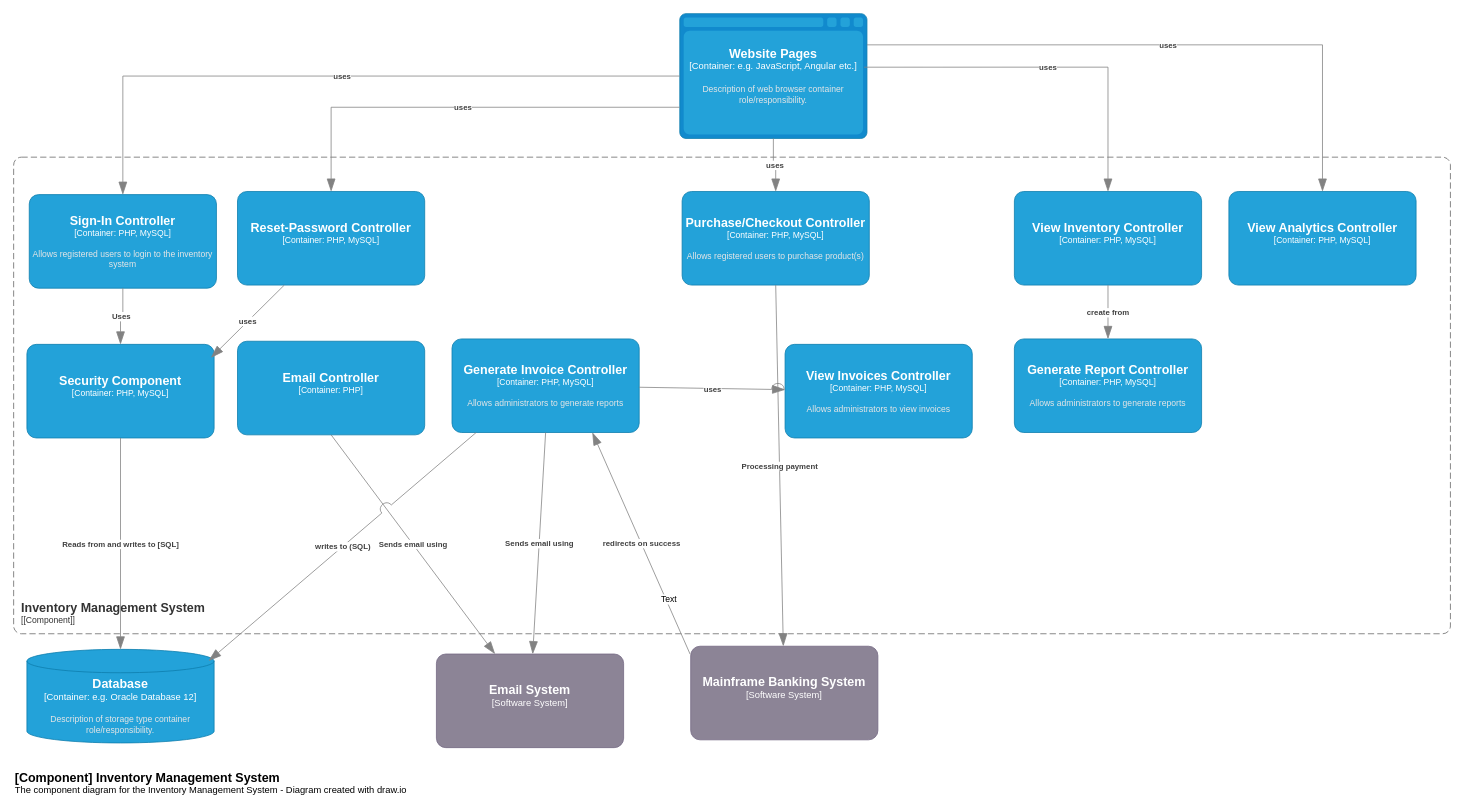
Earlier version of the draw.io diagram C4 Diagrams/ComponentDiagram.drawio (Vani0904/Team-Project-Inventory-System). Source tidied: cells renumbered, new cells numbered last; positions are measured from the earlier drawing's top-left corner, leaving out a move shared by most shapes. Both pictures are drawn from the tidied source at 78%, with x=0, y=0 at pixel (13, 13).
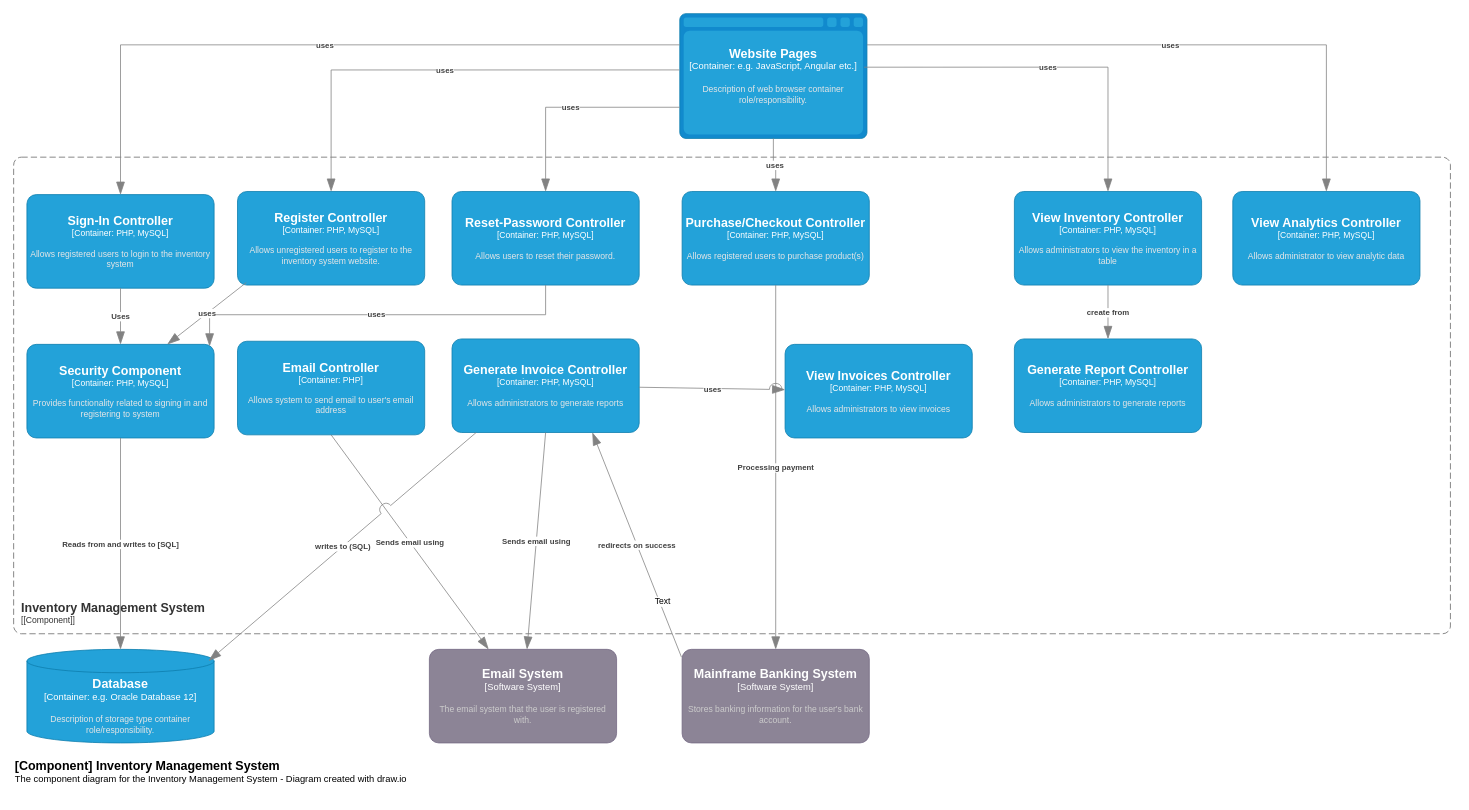
The same page after the edit.

Commit message (it also covers changes not shown here):
Second version of the component diagram

The change refers to these unchanged cells:
```xml
<object id="2" label="&lt;font style=&quot;font-size: 16px&quot;&gt;&lt;b&gt;%c4Name%&lt;/b&gt;&lt;/font&gt;&lt;div&gt;[%c4Type%:&amp;nbsp;%c4Technology%]&lt;/div&gt;&lt;br&gt;&lt;div&gt;&lt;font style=&quot;font-size: 11px&quot;&gt;&lt;font color=&quot;#E6E6E6&quot;&gt;%c4Description%&lt;/font&gt;&lt;/div&gt;" c4Description="Description of web browser container role/responsibility." c4Name="Website Pages" c4Technology="e.g. JavaScript, Angular etc." c4Type="Container" placeholders="1">
  <mxCell style="shape=mxgraph.c4.webBrowserContainer2;whiteSpace=wrap;html=1;boundedLbl=1;rounded=0;labelBackgroundColor=none;strokeColor=#118ACD;fillColor=#23A2D9;strokeColor=#118ACD;strokeColor2=#0E7DAD;fontSize=12;fontColor=#ffffff;align=center;points=[[0.5,0,0],[1,0.25,0],[1,0.5,0],[1,0.75,0],[0.5,1,0],[0,0.75,0],[0,0.5,0],[0,0.25,0]];" parent="1" vertex="1">
    <mxGeometry x="854" width="240" height="160" as="geometry" />
  </mxCell>
</object>
```

What changed in the source:
```diff
@@
     <object id="4" label="&lt;font style=&quot;font-size: 16px&quot;&gt;&lt;b&gt;%c4Name%&lt;/b&gt;&lt;/font&gt;&lt;div&gt;[%c4Type%: %c4Technology%]&lt;/div&gt;&lt;br&gt;&lt;div&gt;&lt;font style=&quot;font-size: 11px&quot;&gt;&lt;font color=&quot;#E6E6E6&quot;&gt;%c4Description%&lt;/font&gt;&lt;/div&gt;" c4Description="Allows registered users to login to the inventory system" c4Name="Sign-In Controller" c4Technology="PHP, MySQL" c4Type="Container" placeholders="1">
       <mxCell style="rounded=1;whiteSpace=wrap;html=1;fontSize=11;labelBackgroundColor=none;fillColor=#23A2D9;fontColor=#ffffff;align=center;arcSize=10;strokeColor=#0E7DAD;points=[[0.25,0,0],[0.5,0,0],[0.75,0,0],[1,0.25,0],[1,0.5,0],[1,0.75,0],[0.75,1,0],[0.5,1,0],[0.25,1,0],[0,0.75,0],[0,0.5,0],[0,0.25,0]];" parent="1" vertex="1">
-        <mxGeometry x="20" y="232" width="240" height="120" as="geometry" />
+        <mxGeometry x="17" y="232" width="240" height="120" as="geometry" />
       </mxCell>
     </object>
-    <object id="5" label="&lt;font style=&quot;font-size: 16px&quot;&gt;&lt;b&gt;%c4Name%&lt;/b&gt;&lt;/font&gt;&lt;div&gt;[%c4Type%: %c4Technology%]&lt;/div&gt;&lt;br&gt;&lt;div&gt;&lt;font style=&quot;font-size: 11px&quot;&gt;&lt;font color=&quot;#E6E6E6&quot;&gt;%c4Description%&lt;/font&gt;&lt;/div&gt;" c4Description="" c4Name="Reset-Password Controller" c4Technology="PHP, MySQL" c4Type="Container" placeholders="1">
+    <object id="5" label="&lt;font style=&quot;font-size: 16px&quot;&gt;&lt;b&gt;%c4Name%&lt;/b&gt;&lt;/font&gt;&lt;div&gt;[%c4Type%: %c4Technology%]&lt;/div&gt;&lt;br&gt;&lt;div&gt;&lt;font style=&quot;font-size: 11px&quot;&gt;&lt;font color=&quot;#E6E6E6&quot;&gt;%c4Description%&lt;/font&gt;&lt;/div&gt;" c4Description="Allows users to reset their password." c4Name="Reset-Password Controller" c4Technology="PHP, MySQL" c4Type="Container" placeholders="1">
       <mxCell style="rounded=1;whiteSpace=wrap;html=1;fontSize=11;labelBackgroundColor=none;fillColor=#23A2D9;fontColor=#ffffff;align=center;arcSize=10;strokeColor=#0E7DAD;points=[[0.25,0,0],[0.5,0,0],[0.75,0,0],[1,0.25,0],[1,0.5,0],[1,0.75,0],[0.75,1,0],[0.5,1,0],[0.25,1,0],[0,0.75,0],[0,0.5,0],[0,0.25,0]];" parent="1" vertex="1">
-        <mxGeometry x="287" y="228" width="240" height="120" as="geometry" />
+        <mxGeometry x="562" y="228" width="240" height="120" as="geometry" />
       </mxCell>
     </object>
@@
-    <object id="8" label="&lt;font style=&quot;font-size: 16px&quot;&gt;&lt;b&gt;%c4Name%&lt;/b&gt;&lt;/font&gt;&lt;div&gt;[%c4Type%: %c4Technology%]&lt;/div&gt;&lt;br&gt;&lt;div&gt;&lt;font style=&quot;font-size: 11px&quot;&gt;&lt;font color=&quot;#E6E6E6&quot;&gt;%c4Description%&lt;/font&gt;&lt;/div&gt;" c4Description="" c4Name="View Inventory Controller" c4Technology="PHP, MySQL" c4Type="Container" placeholders="1">
+    <object id="8" label="&lt;font style=&quot;font-size: 16px&quot;&gt;&lt;b&gt;%c4Name%&lt;/b&gt;&lt;/font&gt;&lt;div&gt;[%c4Type%: %c4Technology%]&lt;/div&gt;&lt;br&gt;&lt;div&gt;&lt;font style=&quot;font-size: 11px&quot;&gt;&lt;font color=&quot;#E6E6E6&quot;&gt;%c4Description%&lt;/font&gt;&lt;/div&gt;" c4Description="Allows administrators to view the inventory in a table" c4Name="View Inventory Controller" c4Technology="PHP, MySQL" c4Type="Container" placeholders="1">
       <mxCell style="rounded=1;whiteSpace=wrap;html=1;fontSize=11;labelBackgroundColor=none;fillColor=#23A2D9;fontColor=#ffffff;align=center;arcSize=10;strokeColor=#0E7DAD;points=[[0.25,0,0],[0.5,0,0],[0.75,0,0],[1,0.25,0],[1,0.5,0],[1,0.75,0],[0.75,1,0],[0.5,1,0],[0.25,1,0],[0,0.75,0],[0,0.5,0],[0,0.25,0]];" parent="1" vertex="1">
         <mxGeometry x="1283" y="228" width="240" height="120" as="geometry" />
       </mxCell>
     </object>
     <object id="9" label="&lt;font style=&quot;font-size: 16px&quot;&gt;&lt;b&gt;&lt;div style=&quot;text-align: left&quot;&gt;%c4Name%&lt;/div&gt;&lt;/b&gt;&lt;/font&gt;&lt;div style=&quot;text-align: left&quot;&gt;%c4Description%&lt;/div&gt;" c4Description="The component diagram for the Inventory Management System - Diagram created with draw.io" c4Name="[Component] Inventory Management System" placeholders="1">
       <mxCell style="text;html=1;strokeColor=none;fillColor=none;align=left;verticalAlign=top;whiteSpace=wrap;rounded=0;" parent="1" vertex="1">
-        <mxGeometry y="963" width="1107" height="40" as="geometry" />
+        <mxGeometry y="948" width="1848" height="40" as="geometry" />
       </mxCell>
     </object>
@@
-    <object id="11" label="&lt;font style=&quot;font-size: 16px&quot;&gt;&lt;b&gt;%c4Name%&lt;/b&gt;&lt;/font&gt;&lt;div&gt;[%c4Type%: %c4Technology%]&lt;/div&gt;&lt;br&gt;&lt;div&gt;&lt;font style=&quot;font-size: 11px&quot;&gt;&lt;font color=&quot;#E6E6E6&quot;&gt;%c4Description%&lt;/font&gt;&lt;/div&gt;" c4Description="" c4Name="Email Controller" c4Technology="PHP" c4Type="Container" placeholders="1">
+    <object id="11" label="&lt;font style=&quot;font-size: 16px&quot;&gt;&lt;b&gt;%c4Name%&lt;/b&gt;&lt;/font&gt;&lt;div&gt;[%c4Type%: %c4Technology%]&lt;/div&gt;&lt;br&gt;&lt;div&gt;&lt;font style=&quot;font-size: 11px&quot;&gt;&lt;font color=&quot;#E6E6E6&quot;&gt;%c4Description%&lt;/font&gt;&lt;/div&gt;" c4Description="Allows system to send email to user's email address" c4Name="Email Controller" c4Technology="PHP" c4Type="Container" placeholders="1">
       <mxCell style="rounded=1;whiteSpace=wrap;html=1;fontSize=11;labelBackgroundColor=none;fillColor=#23A2D9;fontColor=#ffffff;align=center;arcSize=10;strokeColor=#0E7DAD;points=[[0.25,0,0],[0.5,0,0],[0.75,0,0],[1,0.25,0],[1,0.5,0],[1,0.75,0],[0.75,1,0],[0.5,1,0],[0.25,1,0],[0,0.75,0],[0,0.5,0],[0,0.25,0]];" parent="1" vertex="1">
         <mxGeometry x="287" y="420" width="240" height="120" as="geometry" />
       </mxCell>
     </object>
-    <object id="12" label="&lt;font style=&quot;font-size: 16px&quot;&gt;&lt;b&gt;%c4Name%&lt;/b&gt;&lt;/font&gt;&lt;div&gt;[%c4Type%]&lt;/div&gt;&lt;br&gt;&lt;div&gt;&lt;font style=&quot;font-size: 11px&quot;&gt;&lt;font color=&quot;#cccccc&quot;&gt;%c4Description%&lt;/font&gt;&lt;/div&gt;" c4Description="" c4Name="Email System" c4Type="Software System" placeholders="1">
+    <object id="12" label="&lt;font style=&quot;font-size: 16px&quot;&gt;&lt;b&gt;%c4Name%&lt;/b&gt;&lt;/font&gt;&lt;div&gt;[%c4Type%]&lt;/div&gt;&lt;br&gt;&lt;div&gt;&lt;font style=&quot;font-size: 11px&quot;&gt;&lt;font color=&quot;#cccccc&quot;&gt;%c4Description%&lt;/font&gt;&lt;/div&gt;" c4Description="The email system that the user is registered with." c4Name="Email System" c4Type="Software System" placeholders="1">
       <mxCell style="rounded=1;whiteSpace=wrap;html=1;labelBackgroundColor=none;fillColor=#8C8496;fontColor=#ffffff;align=center;arcSize=10;strokeColor=#736782;points=[[0.25,0,0],[0.5,0,0],[0.75,0,0],[1,0.25,0],[1,0.5,0],[1,0.75,0],[0.75,1,0],[0.5,1,0],[0.25,1,0],[0,0.75,0],[0,0.5,0],[0,0.25,0]];" parent="1" vertex="1">
-        <mxGeometry x="542" y="821" width="240" height="120" as="geometry" />
+        <mxGeometry x="533" y="815" width="240" height="120" as="geometry" />
       </mxCell>
     </object>
@@
-    <object id="16" label="&lt;font style=&quot;font-size: 16px&quot;&gt;&lt;b&gt;%c4Name%&lt;/b&gt;&lt;/font&gt;&lt;div&gt;[%c4Type%: %c4Technology%]&lt;/div&gt;&lt;br&gt;&lt;div&gt;&lt;font style=&quot;font-size: 11px&quot;&gt;&lt;font color=&quot;#E6E6E6&quot;&gt;%c4Description%&lt;/font&gt;&lt;/div&gt;" c4Description="" c4Name="Security Component" c4Technology="PHP, MySQL" c4Type="Container" placeholders="1">
+    <object id="16" label="&lt;font style=&quot;font-size: 16px&quot;&gt;&lt;b&gt;%c4Name%&lt;/b&gt;&lt;/font&gt;&lt;div&gt;[%c4Type%: %c4Technology%]&lt;/div&gt;&lt;br&gt;&lt;div&gt;&lt;font style=&quot;font-size: 11px&quot;&gt;&lt;font color=&quot;#E6E6E6&quot;&gt;%c4Description%&lt;/font&gt;&lt;/div&gt;" c4Description="Provides functionality related to signing in and registering to system" c4Name="Security Component" c4Technology="PHP, MySQL" c4Type="Container" placeholders="1">
       <mxCell style="rounded=1;whiteSpace=wrap;html=1;fontSize=11;labelBackgroundColor=none;fillColor=#23A2D9;fontColor=#ffffff;align=center;arcSize=10;strokeColor=#0E7DAD;points=[[0.25,0,0],[0.5,0,0],[0.75,0,0],[1,0.25,0],[1,0.5,0],[1,0.75,0],[0.75,1,0],[0.5,1,0],[0.25,1,0],[0,0.75,0],[0,0.5,0],[0,0.25,0]];" parent="1" vertex="1">
         <mxGeometry x="17" y="424" width="240" height="120" as="geometry" />
       </mxCell>
     </object>
@@
     <object id="19" label="&lt;div style=&quot;text-align: left&quot;&gt;&lt;div style=&quot;text-align: center&quot;&gt;&lt;b&gt;%c4Description%&lt;/b&gt;&lt;/div&gt;" c4Description="uses" placeholders="1">
-      <mxCell style="endArrow=blockThin;html=1;fontSize=10;fontColor=#404040;strokeWidth=1;endFill=1;strokeColor=#828282;elbow=vertical;endSize=14;startSize=14;jumpStyle=arc;jumpSize=16;rounded=0;exitX=0.25;exitY=1;exitDx=0;exitDy=0;exitPerimeter=0;entryX=0.983;entryY=0.143;entryDx=0;entryDy=0;entryPerimeter=0;" parent="1" edge="1" source="5" target="16">
+      <mxCell style="endArrow=blockThin;html=1;fontSize=10;fontColor=#404040;strokeWidth=1;endFill=1;strokeColor=#828282;elbow=vertical;endSize=14;startSize=14;jumpStyle=arc;jumpSize=16;rounded=0;exitX=0.5;exitY=1;exitDx=0;exitDy=0;exitPerimeter=0;entryX=0.976;entryY=0.02;entryDx=0;entryDy=0;entryPerimeter=0;edgeStyle=orthogonalEdgeStyle;" parent="1" edge="1" source="5" target="16">
         <mxGeometry relative="1" as="geometry" />
       </mxCell>
     </object>
@@
-    <object id="21" label="&lt;font style=&quot;font-size: 16px&quot;&gt;&lt;b&gt;%c4Name%&lt;/b&gt;&lt;/font&gt;&lt;div&gt;[%c4Type%: %c4Technology%]&lt;/div&gt;&lt;br&gt;&lt;div&gt;&lt;font style=&quot;font-size: 11px&quot;&gt;&lt;font color=&quot;#E6E6E6&quot;&gt;%c4Description%&lt;/font&gt;&lt;/div&gt;" c4Description="" c4Name="View Analytics Controller" c4Technology="PHP, MySQL" c4Type="Container" placeholders="1">
+    <object id="21" label="&lt;font style=&quot;font-size: 16px&quot;&gt;&lt;b&gt;%c4Name%&lt;/b&gt;&lt;/font&gt;&lt;div&gt;[%c4Type%: %c4Technology%]&lt;/div&gt;&lt;br&gt;&lt;div&gt;&lt;font style=&quot;font-size: 11px&quot;&gt;&lt;font color=&quot;#E6E6E6&quot;&gt;%c4Description%&lt;/font&gt;&lt;/div&gt;" c4Description="Allows administrator to view analytic data" c4Name="View Analytics Controller" c4Technology="PHP, MySQL" c4Type="Container" placeholders="1">
       <mxCell style="rounded=1;whiteSpace=wrap;html=1;fontSize=11;labelBackgroundColor=none;fillColor=#23A2D9;fontColor=#ffffff;align=center;arcSize=10;strokeColor=#0E7DAD;points=[[0.25,0,0],[0.5,0,0],[0.75,0,0],[1,0.25,0],[1,0.5,0],[1,0.75,0],[0.75,1,0],[0.5,1,0],[0.25,1,0],[0,0.75,0],[0,0.5,0],[0,0.25,0]];" parent="1" vertex="1">
-        <mxGeometry x="1558" y="228" width="240" height="120" as="geometry" />
+        <mxGeometry x="1563" y="228" width="240" height="120" as="geometry" />
       </mxCell>
     </object>
-    <object id="22" label="&lt;font style=&quot;font-size: 16px&quot;&gt;&lt;b&gt;%c4Name%&lt;/b&gt;&lt;/font&gt;&lt;div&gt;[%c4Type%]&lt;/div&gt;&lt;br&gt;&lt;div&gt;&lt;font style=&quot;font-size: 11px&quot;&gt;&lt;font color=&quot;#cccccc&quot;&gt;%c4Description%&lt;/font&gt;&lt;/div&gt;" c4Description="" c4Name="Mainframe Banking System" c4Type="Software System" placeholders="1">
+    <object id="22" label="&lt;font style=&quot;font-size: 16px&quot;&gt;&lt;b&gt;%c4Name%&lt;/b&gt;&lt;/font&gt;&lt;div&gt;[%c4Type%]&lt;/div&gt;&lt;br&gt;&lt;div&gt;&lt;font style=&quot;font-size: 11px&quot;&gt;&lt;font color=&quot;#cccccc&quot;&gt;%c4Description%&lt;/font&gt;&lt;/div&gt;" c4Description="Stores banking information for the user's bank account." c4Name="Mainframe Banking System" c4Type="Software System" placeholders="1">
       <mxCell style="rounded=1;whiteSpace=wrap;html=1;labelBackgroundColor=none;fillColor=#8C8496;fontColor=#ffffff;align=center;arcSize=10;strokeColor=#736782;points=[[0.25,0,0],[0.5,0,0],[0.75,0,0],[1,0.25,0],[1,0.5,0],[1,0.75,0],[0.75,1,0],[0.5,1,0],[0.25,1,0],[0,0.75,0],[0,0.5,0],[0,0.25,0]];" parent="1" vertex="1">
-        <mxGeometry x="868" y="811" width="240" height="120" as="geometry" />
+        <mxGeometry x="857" y="815" width="240" height="120" as="geometry" />
       </mxCell>
     </object>
@@
     <object id="28" label="&lt;div style=&quot;text-align: left&quot;&gt;&lt;div style=&quot;text-align: center&quot;&gt;&lt;b&gt;%c4Description%&lt;/b&gt;&lt;/div&gt;" c4Description="uses" placeholders="1">
-      <mxCell style="endArrow=blockThin;html=1;fontSize=10;fontColor=#404040;strokeWidth=1;endFill=1;strokeColor=#828282;elbow=vertical;endSize=14;startSize=14;jumpStyle=arc;jumpSize=16;rounded=0;edgeStyle=orthogonalEdgeStyle;exitX=0;exitY=0.5;exitDx=0;exitDy=0;exitPerimeter=0;" parent="1" edge="1" source="2" target="4">
+      <mxCell style="endArrow=blockThin;html=1;fontSize=10;fontColor=#404040;strokeWidth=1;endFill=1;strokeColor=#828282;elbow=vertical;endSize=14;startSize=14;jumpStyle=arc;jumpSize=16;rounded=0;edgeStyle=orthogonalEdgeStyle;exitX=0;exitY=0.25;exitDx=0;exitDy=0;exitPerimeter=0;" parent="1" edge="1" source="2" target="4">
         <mxGeometry relative="1" as="geometry" />
       </mxCell>
     </object>
@@
+    <object id="34" label="&lt;font style=&quot;font-size: 16px&quot;&gt;&lt;b&gt;%c4Name%&lt;/b&gt;&lt;/font&gt;&lt;div&gt;[%c4Type%: %c4Technology%]&lt;/div&gt;&lt;br&gt;&lt;div&gt;&lt;font style=&quot;font-size: 11px&quot;&gt;&lt;font color=&quot;#E6E6E6&quot;&gt;%c4Description%&lt;/font&gt;&lt;/div&gt;" c4Description="Allows unregistered users to register to the inventory system website." c4Name="Register Controller" c4Technology="PHP, MySQL" c4Type="Container" placeholders="1">
+      <mxCell style="rounded=1;whiteSpace=wrap;html=1;fontSize=11;labelBackgroundColor=none;fillColor=#23A2D9;fontColor=#ffffff;align=center;arcSize=10;strokeColor=#0E7DAD;points=[[0.25,0,0],[0.5,0,0],[0.75,0,0],[1,0.25,0],[1,0.5,0],[1,0.75,0],[0.75,1,0],[0.5,1,0],[0.25,1,0],[0,0.75,0],[0,0.5,0],[0,0.25,0]];" parent="1" vertex="1">
+        <mxGeometry x="287" y="228" width="240" height="120" as="geometry" />
+      </mxCell>
+    </object>
+    <object id="35" label="&lt;div style=&quot;text-align: left&quot;&gt;&lt;div style=&quot;text-align: center&quot;&gt;&lt;b&gt;%c4Description%&lt;/b&gt;&lt;/div&gt;" c4Description="uses" placeholders="1">
+      <mxCell style="endArrow=blockThin;html=1;fontSize=10;fontColor=#404040;strokeWidth=1;endFill=1;strokeColor=#828282;elbow=vertical;endSize=14;startSize=14;jumpStyle=arc;jumpSize=16;rounded=0;entryX=0.75;entryY=0;entryDx=0;entryDy=0;entryPerimeter=0;exitX=0.047;exitY=0.973;exitDx=0;exitDy=0;exitPerimeter=0;" parent="1" edge="1" source="34" target="16">
+        <mxGeometry relative="1" as="geometry" />
+      </mxCell>
+    </object>
+    <object id="36" label="&lt;div style=&quot;text-align: left&quot;&gt;&lt;div style=&quot;text-align: center&quot;&gt;&lt;b&gt;%c4Description%&lt;/b&gt;&lt;/div&gt;" c4Description="uses" placeholders="1">
+      <mxCell style="endArrow=blockThin;html=1;fontSize=10;fontColor=#404040;strokeWidth=1;endFill=1;strokeColor=#828282;elbow=vertical;endSize=14;startSize=14;jumpStyle=arc;jumpSize=16;rounded=0;edgeStyle=orthogonalEdgeStyle;entryX=0.5;entryY=0;entryDx=0;entryDy=0;entryPerimeter=0;exitX=-0.002;exitY=0.451;exitDx=0;exitDy=0;exitPerimeter=0;" parent="1" edge="1" source="2" target="34">
+        <mxGeometry relative="1" as="geometry" />
+      </mxCell>
+    </object>
```
